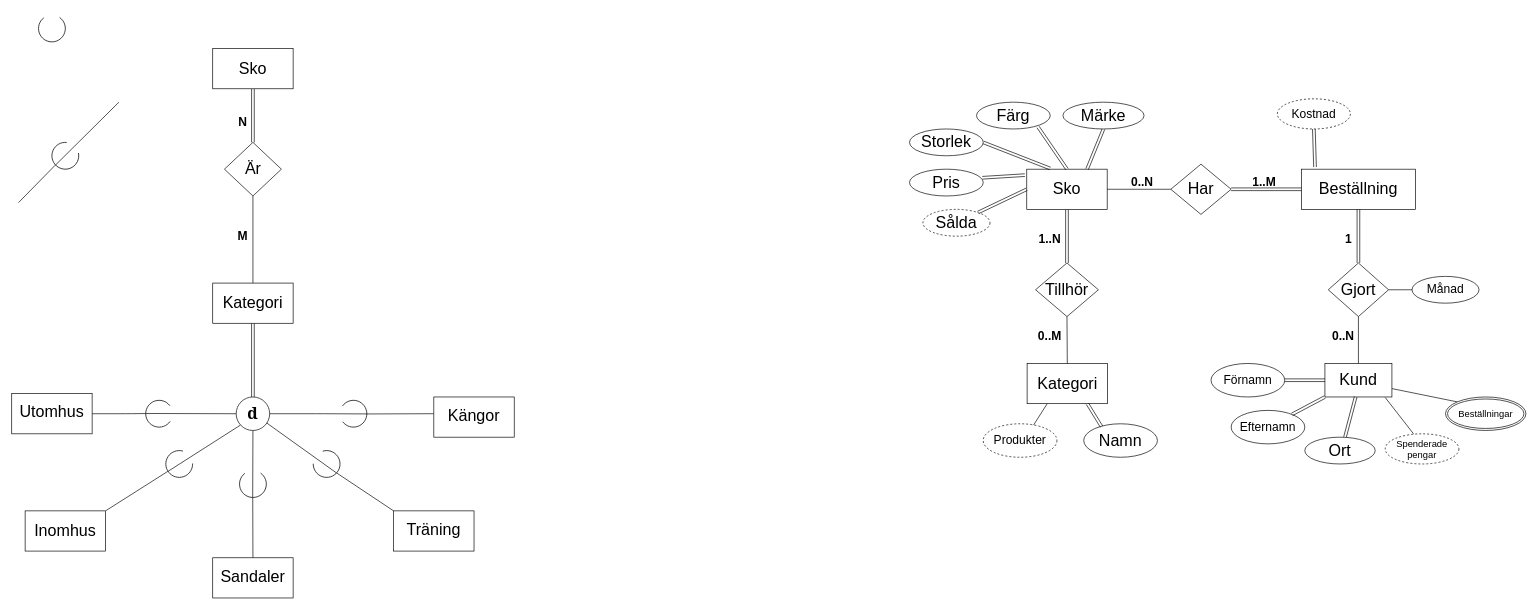
The draw.io diagram Untitled Diagram.drawio in Sondaicus/Databasteknik-uppgift-1, before the edit. Source tidied: cells renumbered, new cells numbered last; positions are measured from the earlier drawing's top-left corner, leaving out a move shared by most shapes. Both pictures are drawn from the tidied source at 67%, with x=0, y=0 at pixel (11, 15).
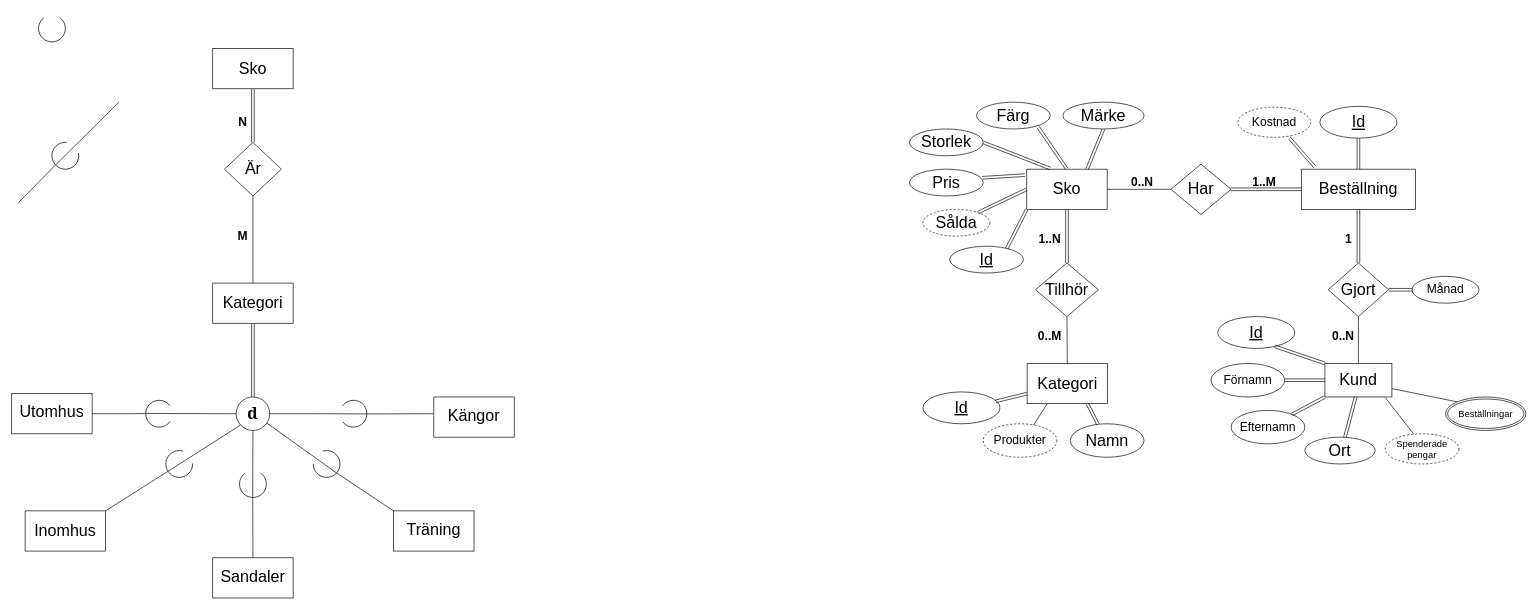
The same diagram, later.

The change refers to these unchanged cells:
```xml
<mxCell id="36" value="&lt;font style=&quot;font-size: 24px&quot;&gt;Sko&lt;/font&gt;" style="rounded=0;whiteSpace=wrap;html=1;" parent="1" vertex="1">
  <mxGeometry x="1515" y="230" width="120" height="60" as="geometry" />
</mxCell>
<mxCell id="38" value="&lt;font style=&quot;font-size: 24px&quot;&gt;Kategori&lt;/font&gt;" style="rounded=0;whiteSpace=wrap;html=1;" parent="1" vertex="1">
  <mxGeometry x="1515.5" y="520" width="120" height="60" as="geometry" />
</mxCell>
<mxCell id="50" value="&lt;font style=&quot;font-size: 24px&quot;&gt;Beställning&lt;/font&gt;" style="rounded=0;whiteSpace=wrap;html=1;" parent="1" vertex="1">
  <mxGeometry x="1925" y="230" width="170" height="60" as="geometry" />
</mxCell>
<mxCell id="58" value="&lt;font style=&quot;font-size: 24px&quot;&gt;Gjort&lt;/font&gt;" style="rhombus;whiteSpace=wrap;html=1;" parent="1" vertex="1">
  <mxGeometry x="1965" y="370" width="90" height="80" as="geometry" />
</mxCell>
<mxCell id="62" value="&lt;font style=&quot;font-size: 24px&quot;&gt;Kund&lt;/font&gt;" style="rounded=0;whiteSpace=wrap;html=1;" parent="1" vertex="1">
  <mxGeometry x="1960" y="520" width="100" height="50" as="geometry" />
</mxCell>
<mxCell id="70" value="&lt;font style=&quot;font-size: 18px&quot;&gt;Månad&lt;/font&gt;" style="ellipse;whiteSpace=wrap;html=1;" parent="1" vertex="1">
  <mxGeometry x="2090" y="390" width="100" height="40" as="geometry" />
</mxCell>
```

What changed in the source:
```diff
@@
     <mxCell id="56" value="&lt;font style=&quot;font-size: 18px&quot;&gt;Kostnad&lt;/font&gt;" style="ellipse;whiteSpace=wrap;html=1;align=center;dashed=1;" parent="1" vertex="1">
-      <mxGeometry x="1889" y="125" width="109" height="45" as="geometry" />
+      <mxGeometry x="1830" y="137.5" width="109" height="45" as="geometry" />
     </mxCell>
-    <mxCell id="57" style="endArrow=none;html=1;entryX=0.5;entryY=1;entryDx=0;entryDy=0;exitX=0.119;exitY=-0.052;exitDx=0;exitDy=0;shape=link;exitPerimeter=0;" parent="1" edge="1" source="50" target="56">
+    <mxCell id="57" style="endArrow=none;html=1;entryX=0.706;entryY=1.021;entryDx=0;entryDy=0;exitX=0.119;exitY=-0.052;exitDx=0;exitDy=0;shape=link;exitPerimeter=0;entryPerimeter=0;" parent="1" edge="1" source="50" target="56">
       <mxGeometry relative="1" as="geometry" />
     </mxCell>
@@
-    <mxCell id="71" style="endArrow=none;html=1;entryX=0;entryY=0.5;entryDx=0;entryDy=0;exitX=1;exitY=0.5;exitDx=0;exitDy=0;" parent="1" edge="1" source="58" target="70">
+    <mxCell id="71" style="endArrow=none;html=1;entryX=0;entryY=0.5;entryDx=0;entryDy=0;exitX=1;exitY=0.5;exitDx=0;exitDy=0;shape=link;" parent="1" edge="1" source="58" target="70">
       <mxGeometry relative="1" as="geometry" />
     </mxCell>
@@
     <mxCell id="74" value="&lt;font style=&quot;font-size: 24px&quot;&gt;Namn&lt;/font&gt;" style="ellipse;whiteSpace=wrap;html=1;" parent="1" vertex="1">
-      <mxGeometry x="1600" y="610" width="110" height="50" as="geometry" />
+      <mxGeometry x="1580" y="610" width="110" height="50" as="geometry" />
     </mxCell>
-    <mxCell id="75" style="endArrow=none;html=1;entryX=0.75;entryY=1;entryDx=0;entryDy=0;exitX=0.242;exitY=0.086;exitDx=0;exitDy=0;exitPerimeter=0;shape=link;" parent="1" edge="1" source="74" target="38">
+    <mxCell id="75" style="endArrow=none;html=1;entryX=0.75;entryY=1;entryDx=0;entryDy=0;exitX=0.375;exitY=0.017;exitDx=0;exitDy=0;exitPerimeter=0;shape=link;" parent="1" edge="1" source="74" target="38">
       <mxGeometry relative="1" as="geometry" />
     </mxCell>
@@
+    <mxCell id="82" value="&lt;font style=&quot;font-size: 24px&quot;&gt;&lt;u&gt;Id&lt;/u&gt;&lt;/font&gt;" style="ellipse;whiteSpace=wrap;html=1;" parent="1" vertex="1">
+      <mxGeometry x="1400" y="345" width="110" height="40" as="geometry" />
+    </mxCell>
+    <mxCell id="83" style="endArrow=none;html=1;entryX=0;entryY=1;entryDx=0;entryDy=0;shape=link;exitX=0.773;exitY=0.089;exitDx=0;exitDy=0;exitPerimeter=0;" parent="1" edge="1" source="82" target="36">
+      <mxGeometry relative="1" as="geometry" />
+    </mxCell>
+    <mxCell id="84" style="endArrow=none;html=1;entryX=0.5;entryY=0;entryDx=0;entryDy=0;shape=link;exitX=0.5;exitY=1;exitDx=0;exitDy=0;" parent="1" edge="1" source="85" target="50">
+      <mxGeometry relative="1" as="geometry" />
+    </mxCell>
+    <mxCell id="85" value="&lt;font style=&quot;font-size: 24px&quot;&gt;&lt;u&gt;Id&lt;/u&gt;&lt;/font&gt;" style="ellipse;whiteSpace=wrap;html=1;" parent="1" vertex="1">
+      <mxGeometry x="1952.5" y="136.2" width="115" height="47.5" as="geometry" />
+    </mxCell>
+    <mxCell id="86" value="&lt;font style=&quot;font-size: 24px&quot;&gt;&lt;u&gt;Id&lt;/u&gt;&lt;/font&gt;" style="ellipse;whiteSpace=wrap;html=1;" parent="1" vertex="1">
+      <mxGeometry x="1800" y="450" width="115" height="47.5" as="geometry" />
+    </mxCell>
+    <mxCell id="87" style="endArrow=none;html=1;entryX=0.739;entryY=0.935;entryDx=0;entryDy=0;shape=link;exitX=0;exitY=0;exitDx=0;exitDy=0;entryPerimeter=0;" parent="1" edge="1" source="62" target="86">
+      <mxGeometry relative="1" as="geometry" />
+    </mxCell>
+    <mxCell id="88" value="&lt;font style=&quot;font-size: 24px&quot;&gt;&lt;u&gt;Id&lt;/u&gt;&lt;/font&gt;" style="ellipse;whiteSpace=wrap;html=1;" parent="1" vertex="1">
+      <mxGeometry x="1360" y="562.5" width="115" height="47.5" as="geometry" />
+    </mxCell>
+    <mxCell id="89" style="endArrow=none;html=1;entryX=0.943;entryY=0.296;entryDx=0;entryDy=0;shape=link;exitX=0;exitY=0.75;exitDx=0;exitDy=0;entryPerimeter=0;" parent="1" edge="1" source="38" target="88">
+      <mxGeometry relative="1" as="geometry" />
+    </mxCell>
```
